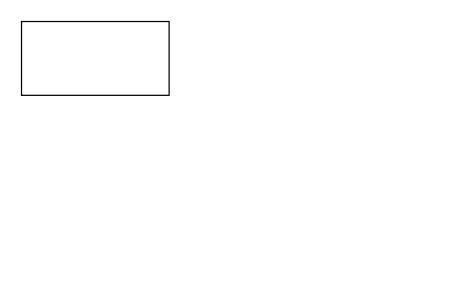
The draw.io diagram Untitled Diagram.drawio in Office-of-Groundwater-Impact-Assessment/ogialibs, before the edit. Source tidied: cells renumbered, new cells numbered last; positions are measured from the earlier drawing's top-left corner, leaving out a move shared by most shapes. Both pictures are drawn from the tidied source at 123%, with x=0, y=0 at pixel (21, 21).
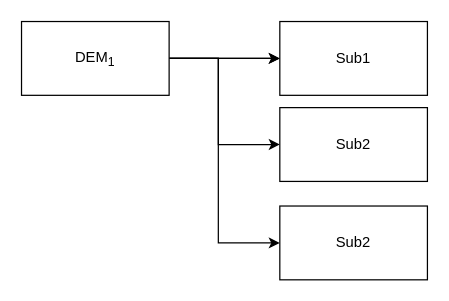
The same page after the edit.

Change to the diagram source:
```diff
@@
 <mxGraphModel>
   <root>
     <mxCell id="0" />
     <mxCell id="1" parent="0" />
+    <mxCell id="3" style="edgeStyle=orthogonalEdgeStyle;rounded=0;jettySize=auto;html=1;" parent="1" edge="1" source="2" target="7">
+      <mxGeometry relative="1" as="geometry" />
+    </mxCell>
+    <mxCell id="4" style="edgeStyle=orthogonalEdgeStyle;rounded=0;jettySize=auto;html=1;" parent="1" edge="1" source="2" target="7">
+      <mxGeometry relative="1" as="geometry" />
+    </mxCell>
+    <mxCell id="5" style="edgeStyle=orthogonalEdgeStyle;rounded=0;jettySize=auto;html=1;" parent="1" edge="1" source="2" target="8">
+      <mxGeometry relative="1" as="geometry">
+        <Array as="points">
+          <mxPoint x="160" y="30" />
+          <mxPoint x="160" y="100" />
+        </Array>
+      </mxGeometry>
+    </mxCell>
+    <mxCell id="6" style="edgeStyle=orthogonalEdgeStyle;rounded=0;jettySize=auto;html=1;entryX=0;entryY=0.5;entryDx=0;entryDy=0;" parent="1" edge="1" source="2" target="9">
+      <mxGeometry relative="1" as="geometry">
+        <Array as="points">
+          <mxPoint x="160" y="30" />
+          <mxPoint x="160" y="180" />
+        </Array>
+      </mxGeometry>
+    </mxCell>
-    <mxCell id="2" style="rounded=0;whiteSpace=wrap;html=1;" parent="1" vertex="1">
+    <mxCell id="2" value="DEM&lt;sub&gt;1&lt;/sub&gt;" style="rounded=0;whiteSpace=wrap;html=1;" parent="1" vertex="1">
       <mxGeometry width="120" height="60" as="geometry" />
     </mxCell>
+    <mxCell id="7" value="Sub1" style="rounded=0;whiteSpace=wrap;html=1;" parent="1" vertex="1">
+      <mxGeometry x="210" width="120" height="60" as="geometry" />
+    </mxCell>
+    <mxCell id="8" value="Sub2" style="rounded=0;whiteSpace=wrap;html=1;" parent="1" vertex="1">
+      <mxGeometry x="210" y="70" width="120" height="60" as="geometry" />
+    </mxCell>
+    <mxCell id="9" value="Sub2" style="rounded=0;whiteSpace=wrap;html=1;" parent="1" vertex="1">
+      <mxGeometry x="210" y="150" width="120" height="60" as="geometry" />
+    </mxCell>
   </root>
 </mxGraphModel>
```
